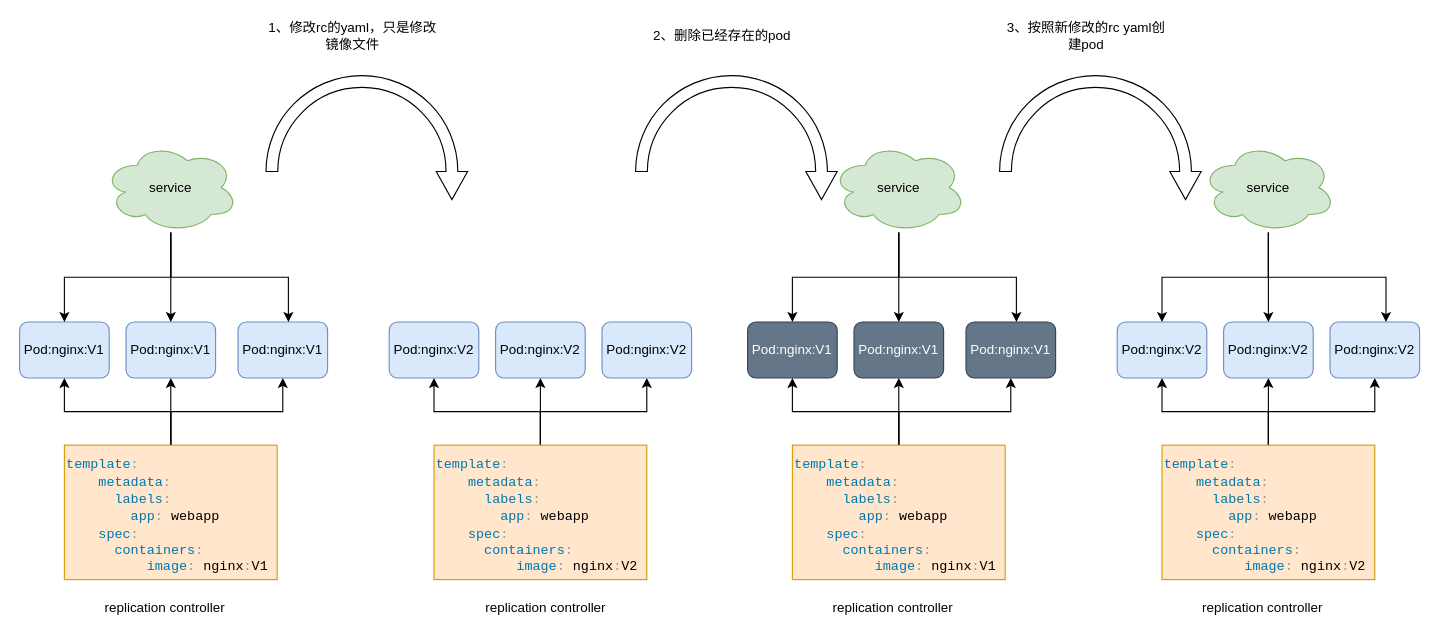
buxiangchixiangcai/draw keeps this draw.io diagram as kubernetes/升级应用-先删旧载替换新.drawio. Above is the earlier version. Source tidied: cells renumbered, new cells numbered last; positions are measured from the earlier drawing's top-left corner, leaving out a move shared by most shapes. Both pictures are drawn from the tidied source at 112%, with x=0, y=0 at pixel (19, 19).
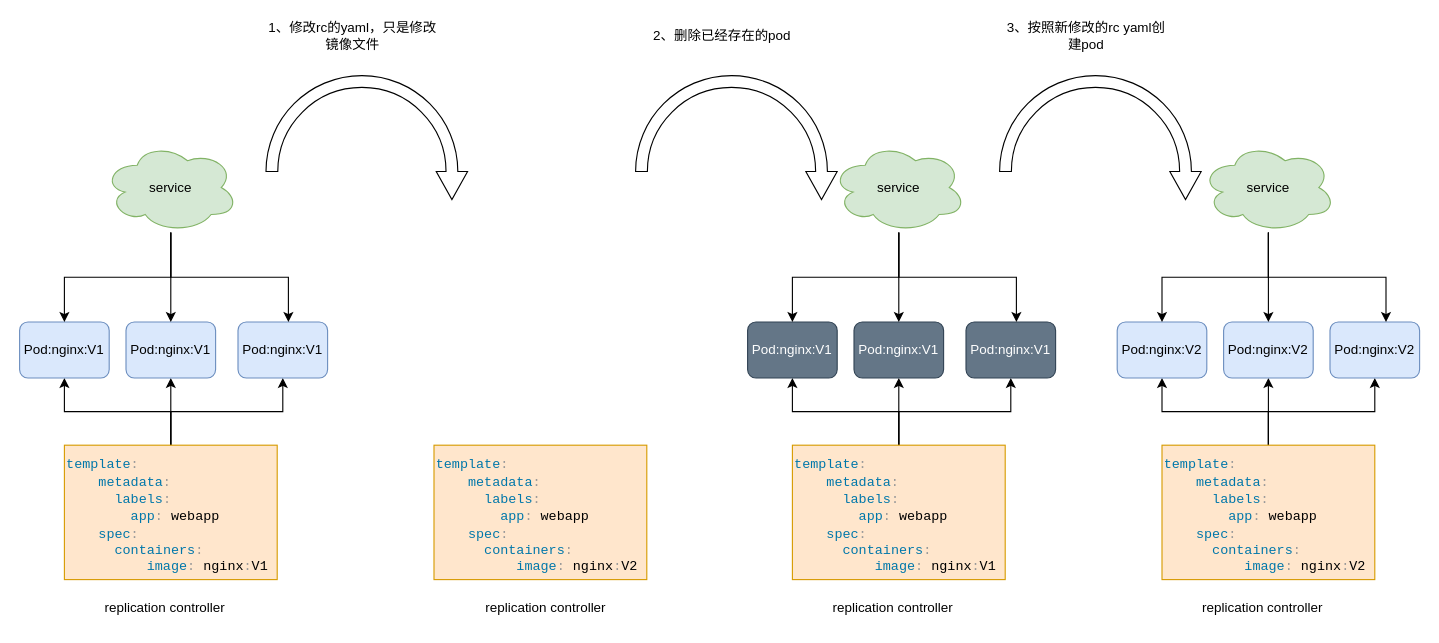
Above is the later version.

Commit message (it also covers changes not shown here):
更新升级应用-先删旧载替换新.drawio

Unchanged cells that the change refers to:
```xml
<mxCell id="18" style="rounded=0;whiteSpace=wrap;html=1;fillColor=#ffe6cc;strokeColor=#d79b00;" parent="1" vertex="1">
  <mxGeometry x="370" y="380" width="190" height="120" as="geometry" />
</mxCell>
```

What changed in the source:
```diff
@@
-    <mxCell id="15" style="edgeStyle=orthogonalEdgeStyle;rounded=0;jettySize=auto;html=1;entryX=0.5;entryY=1;entryDx=0;entryDy=0;" parent="1" edge="1" source="18" target="21">
-      <mxGeometry relative="1" as="geometry" />
-    </mxCell>
-    <mxCell id="16" style="edgeStyle=orthogonalEdgeStyle;rounded=0;jettySize=auto;html=1;entryX=0.5;entryY=1;entryDx=0;entryDy=0;" parent="1" edge="1" source="18" target="22">
-      <mxGeometry relative="1" as="geometry" />
-    </mxCell>
-    <mxCell id="17" style="edgeStyle=orthogonalEdgeStyle;rounded=0;jettySize=auto;html=1;entryX=0.5;entryY=1;entryDx=0;entryDy=0;" parent="1" edge="1" source="18" target="23">
-      <mxGeometry relative="1" as="geometry" />
-    </mxCell>
@@
-    <mxCell id="21" value="Pod:nginx:V2" style="rounded=1;whiteSpace=wrap;html=1;fillColor=#dae8fc;strokeColor=#6c8ebf;" parent="1" vertex="1">
-      <mxGeometry x="330" y="270" width="80" height="50" as="geometry" />
-    </mxCell>
-    <mxCell id="22" value="Pod:nginx:V2" style="rounded=1;whiteSpace=wrap;html=1;fillColor=#dae8fc;strokeColor=#6c8ebf;" parent="1" vertex="1">
-      <mxGeometry x="425" y="270" width="80" height="50" as="geometry" />
-    </mxCell>
-    <mxCell id="23" value="Pod:nginx:V2" style="rounded=1;whiteSpace=wrap;html=1;fillColor=#dae8fc;strokeColor=#6c8ebf;" parent="1" vertex="1">
-      <mxGeometry x="520" y="270" width="80" height="50" as="geometry" />
-    </mxCell>
```
